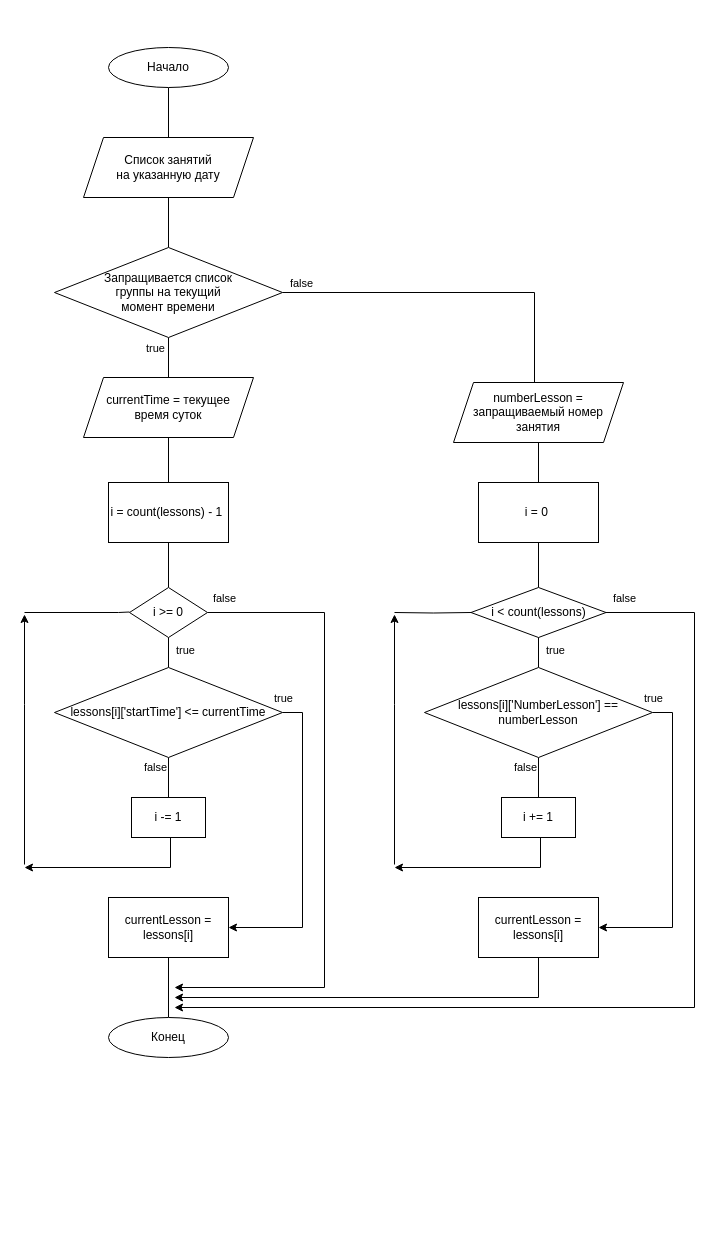
Earlier version of the draw.io diagram page "поиск пары" (2 of 3) of ВКР/drawio/алгоритмы.drawio (kuskas112/Labs). Source tidied: cells renumbered, new cells numbered last; positions are measured from the earlier drawing's top-left corner, leaving out a move shared by most shapes. Both pictures are drawn from the tidied source at 100%, with x=0, y=0 at pixel (24, 47).
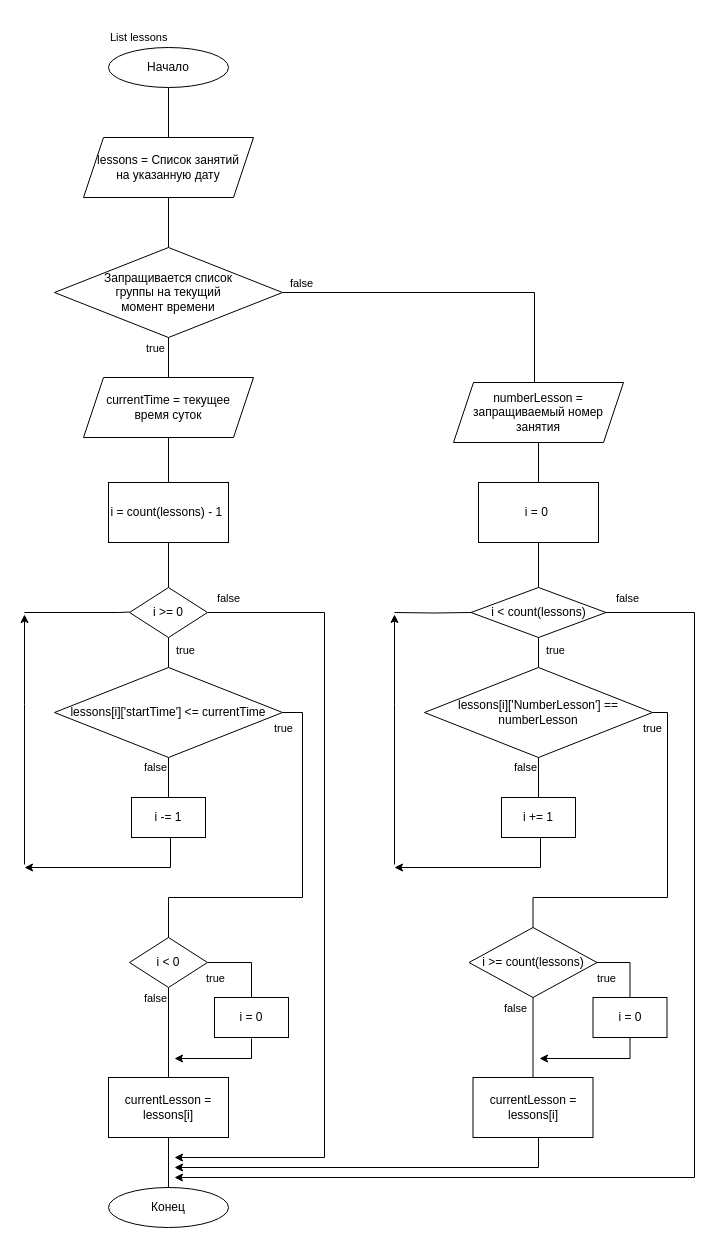
The same diagram, later.

Unchanged cells that the change refers to:
```xml
<mxCell id="21" value="i &amp;gt;= 0" style="rhombus;whiteSpace=wrap;html=1;" parent="1" vertex="1">
  <mxGeometry x="105" y="540" width="78" height="50" as="geometry" />
</mxCell>
<mxCell id="27" value="lessons[i]['startTime'] &amp;lt;= currentTime" style="rhombus;whiteSpace=wrap;html=1;" parent="1" vertex="1">
  <mxGeometry x="30" y="620" width="228" height="90" as="geometry" />
</mxCell>
<mxCell id="40" value="i &amp;lt; count(lessons)" style="rhombus;whiteSpace=wrap;html=1;" parent="1" vertex="1">
  <mxGeometry x="446.5" y="540" width="135" height="50" as="geometry" />
</mxCell>
<mxCell id="45" value="lessons[i]['NumberLesson'] == numberLesson" style="rhombus;whiteSpace=wrap;html=1;" parent="1" vertex="1">
  <mxGeometry x="400" y="620" width="228" height="90" as="geometry" />
</mxCell>
```

Diff of the diagram source:
```diff
@@
-    <mxCell id="5" value="Список занятий &lt;br&gt;на указанную дату" style="shape=parallelogram;perimeter=parallelogramPerimeter;whiteSpace=wrap;html=1;fixedSize=1;" parent="1" vertex="1">
+    <mxCell id="5" value="lessons = Список занятий &lt;br&gt;на указанную дату" style="shape=parallelogram;perimeter=parallelogramPerimeter;whiteSpace=wrap;html=1;fixedSize=1;" parent="1" vertex="1">
       <mxGeometry x="59" y="90" width="170" height="60" as="geometry" />
     </mxCell>
@@
-    <mxCell id="9" style="edgeStyle=orthogonalEdgeStyle;rounded=0;jettySize=auto;html=1;strokeColor=default;align=center;verticalAlign=middle;fontFamily=Helvetica;fontSize=11;fontColor=default;labelBackgroundColor=default;endArrow=classic;endFill=1;exitX=1;exitY=0.5;exitDx=0;exitDy=0;" parent="1" edge="1" source="27" target="12">
+    <mxCell id="9" style="edgeStyle=orthogonalEdgeStyle;rounded=0;jettySize=auto;html=1;strokeColor=default;align=center;verticalAlign=middle;fontFamily=Helvetica;fontSize=11;fontColor=default;labelBackgroundColor=default;endArrow=none;endFill=0;exitX=1;exitY=0.5;exitDx=0;exitDy=0;entryX=0.5;entryY=0;entryDx=0;entryDy=0;" parent="1" edge="1" source="27" target="56">
       <mxGeometry relative="1" as="geometry">
         <Array as="points">
           <mxPoint x="278" y="665" />
-          <mxPoint x="278" y="880" />
+          <mxPoint x="278" y="850" />
+          <mxPoint x="144" y="850" />
         </Array>
       </mxGeometry>
     </mxCell>
     <mxCell id="10" value="true" style="edgeLabel;html=1;align=center;verticalAlign=middle;fontFamily=Helvetica;fontSize=11;fontColor=default;labelBackgroundColor=default;" parent="9" vertex="1">
       <mxGeometry x="0.24" y="2" relative="1" as="geometry">
-        <mxPoint x="-22" y="-187" as="offset" />
+        <mxPoint x="10" y="-172" as="offset" />
       </mxGeometry>
     </mxCell>
@@
     <mxCell id="12" value="currentLesson = lessons[i]" style="rounded=0;whiteSpace=wrap;html=1;" parent="1" vertex="1">
-      <mxGeometry x="84" y="850" width="120" height="60" as="geometry" />
+      <mxGeometry x="84" y="1030" width="120" height="60" as="geometry" />
     </mxCell>
@@
     <mxCell id="18" value="Конец" style="ellipse;whiteSpace=wrap;html=1;" parent="1" vertex="1">
-      <mxGeometry x="84" y="970" width="120" height="40" as="geometry" />
+      <mxGeometry x="84" y="1140" width="120" height="40" as="geometry" />
     </mxCell>
     <mxCell id="19" style="edgeStyle=orthogonalEdgeStyle;rounded=0;jettySize=auto;html=1;strokeColor=default;align=center;verticalAlign=middle;fontFamily=Helvetica;fontSize=11;fontColor=default;labelBackgroundColor=default;endArrow=classic;endFill=1;" parent="1" edge="1" source="21">
       <mxGeometry relative="1" as="geometry">
-        <mxPoint x="150" y="940" as="targetPoint" />
+        <mxPoint x="150" y="1110" as="targetPoint" />
         <Array as="points">
           <mxPoint x="300" y="565" />
-          <mxPoint x="300" y="940" />
+          <mxPoint x="300" y="1110" />
         </Array>
       </mxGeometry>
     </mxCell>
@@
-    <mxCell id="34" style="edgeStyle=orthogonalEdgeStyle;rounded=0;jettySize=auto;html=1;strokeColor=default;align=center;verticalAlign=middle;fontFamily=Helvetica;fontSize=11;fontColor=default;labelBackgroundColor=default;endArrow=classic;endFill=1;exitX=1;exitY=0.5;exitDx=0;exitDy=0;" parent="1" edge="1" source="45" target="37">
-      <mxGeometry relative="1" as="geometry">
-        <Array as="points">
-          <mxPoint x="648" y="665" />
-          <mxPoint x="648" y="880" />
-        </Array>
-      </mxGeometry>
-    </mxCell>
-    <mxCell id="35" value="true" style="edgeLabel;html=1;align=center;verticalAlign=middle;fontFamily=Helvetica;fontSize=11;fontColor=default;labelBackgroundColor=default;" parent="34" vertex="1">
-      <mxGeometry x="0.24" y="2" relative="1" as="geometry">
-        <mxPoint x="-22" y="-187" as="offset" />
-      </mxGeometry>
-    </mxCell>
     <mxCell id="36" style="edgeStyle=orthogonalEdgeStyle;rounded=0;jettySize=auto;html=1;strokeColor=default;align=center;verticalAlign=middle;fontFamily=Helvetica;fontSize=11;fontColor=default;labelBackgroundColor=default;endArrow=classic;endFill=1;" parent="1" edge="1" source="37">
       <mxGeometry relative="1" as="geometry">
-        <mxPoint x="150" y="950" as="targetPoint" />
+        <mxPoint x="150" y="1120" as="targetPoint" />
         <Array as="points">
-          <mxPoint x="514" y="950" />
-          <mxPoint x="151" y="950" />
+          <mxPoint x="514" y="1120" />
         </Array>
       </mxGeometry>
     </mxCell>
     <mxCell id="37" value="currentLesson = lessons[i]" style="rounded=0;whiteSpace=wrap;html=1;" parent="1" vertex="1">
-      <mxGeometry x="454" y="850" width="120" height="60" as="geometry" />
+      <mxGeometry x="448.5" y="1030" width="120" height="60" as="geometry" />
     </mxCell>
     <mxCell id="38" style="edgeStyle=orthogonalEdgeStyle;rounded=0;jettySize=auto;html=1;exitX=1;exitY=0.5;exitDx=0;exitDy=0;strokeColor=default;align=center;verticalAlign=middle;fontFamily=Helvetica;fontSize=11;fontColor=default;labelBackgroundColor=default;endArrow=classic;endFill=1;" parent="1" edge="1" source="40">
       <mxGeometry relative="1" as="geometry">
-        <mxPoint x="150" y="960" as="targetPoint" />
+        <mxPoint x="150" y="1130" as="targetPoint" />
         <Array as="points">
           <mxPoint x="670" y="565" />
-          <mxPoint x="670" y="960" />
+          <mxPoint x="670" y="1130" />
         </Array>
       </mxGeometry>
     </mxCell>
@@
+    <mxCell id="52" style="edgeStyle=orthogonalEdgeStyle;rounded=0;jettySize=auto;html=1;strokeColor=default;align=center;verticalAlign=middle;fontFamily=Helvetica;fontSize=11;fontColor=default;labelBackgroundColor=default;endArrow=none;endFill=0;" parent="1" edge="1" source="56" target="12">
+      <mxGeometry relative="1" as="geometry" />
+    </mxCell>
+    <mxCell id="53" value="false" style="edgeLabel;html=1;align=center;verticalAlign=middle;fontFamily=Helvetica;fontSize=11;fontColor=default;labelBackgroundColor=default;" parent="52" vertex="1">
+      <mxGeometry x="-0.51" relative="1" as="geometry">
+        <mxPoint x="-14" y="-12" as="offset" />
+      </mxGeometry>
+    </mxCell>
+    <mxCell id="54" style="edgeStyle=orthogonalEdgeStyle;rounded=0;jettySize=auto;html=1;strokeColor=default;align=center;verticalAlign=middle;fontFamily=Helvetica;fontSize=11;fontColor=default;labelBackgroundColor=default;endArrow=none;endFill=0;" parent="1" edge="1" source="56" target="58">
+      <mxGeometry relative="1" as="geometry" />
+    </mxCell>
+    <mxCell id="55" value="true" style="edgeLabel;html=1;align=center;verticalAlign=middle;fontFamily=Helvetica;fontSize=11;fontColor=default;labelBackgroundColor=default;" parent="54" vertex="1">
+      <mxGeometry x="-0.65" y="2" relative="1" as="geometry">
+        <mxPoint x="-7" y="17" as="offset" />
+      </mxGeometry>
+    </mxCell>
+    <mxCell id="56" value="i &amp;lt; 0" style="rhombus;whiteSpace=wrap;html=1;" parent="1" vertex="1">
+      <mxGeometry x="105" y="890" width="78" height="50" as="geometry" />
+    </mxCell>
+    <mxCell id="57" style="edgeStyle=orthogonalEdgeStyle;rounded=0;orthogonalLoop=1;jettySize=auto;html=1;strokeColor=default;align=center;verticalAlign=middle;fontFamily=Helvetica;fontSize=11;fontColor=default;labelBackgroundColor=default;endArrow=classic;endFill=1;" parent="1" edge="1">
+      <mxGeometry relative="1" as="geometry">
+        <mxPoint x="227" y="991" as="sourcePoint" />
+        <mxPoint x="150" y="1011" as="targetPoint" />
+        <Array as="points">
+          <mxPoint x="227" y="1011" />
+          <mxPoint x="151" y="1011" />
+        </Array>
+      </mxGeometry>
+    </mxCell>
+    <mxCell id="58" value="i = 0" style="whiteSpace=wrap;html=1;" parent="1" vertex="1">
+      <mxGeometry x="190" y="950" width="74" height="40" as="geometry" />
+    </mxCell>
+    <mxCell id="59" style="edgeStyle=orthogonalEdgeStyle;rounded=0;jettySize=auto;html=1;strokeColor=default;align=center;verticalAlign=middle;fontFamily=Helvetica;fontSize=11;fontColor=default;labelBackgroundColor=default;endArrow=none;endFill=0;entryX=0.5;entryY=0;entryDx=0;entryDy=0;" parent="1" edge="1" source="45" target="65">
+      <mxGeometry relative="1" as="geometry">
+        <Array as="points">
+          <mxPoint x="643" y="665" />
+          <mxPoint x="643" y="850" />
+          <mxPoint x="509" y="850" />
+        </Array>
+      </mxGeometry>
+    </mxCell>
+    <mxCell id="60" value="true" style="edgeLabel;html=1;align=center;verticalAlign=middle;fontFamily=Helvetica;fontSize=11;fontColor=default;labelBackgroundColor=default;" parent="59" vertex="1">
+      <mxGeometry x="0.24" y="2" relative="1" as="geometry">
+        <mxPoint x="10" y="-172" as="offset" />
+      </mxGeometry>
+    </mxCell>
+    <mxCell id="61" style="edgeStyle=orthogonalEdgeStyle;rounded=0;jettySize=auto;html=1;strokeColor=default;align=center;verticalAlign=middle;fontFamily=Helvetica;fontSize=11;fontColor=default;labelBackgroundColor=default;endArrow=none;endFill=0;" parent="1" edge="1" source="65" target="37">
+      <mxGeometry relative="1" as="geometry" />
+    </mxCell>
+    <mxCell id="62" value="false" style="edgeLabel;html=1;align=center;verticalAlign=middle;fontFamily=Helvetica;fontSize=11;fontColor=default;labelBackgroundColor=default;" parent="61" vertex="1">
+      <mxGeometry x="-0.7" y="-3" relative="1" as="geometry">
+        <mxPoint x="-15" y="-2" as="offset" />
+      </mxGeometry>
+    </mxCell>
+    <mxCell id="63" style="edgeStyle=orthogonalEdgeStyle;rounded=0;jettySize=auto;html=1;strokeColor=default;align=center;verticalAlign=middle;fontFamily=Helvetica;fontSize=11;fontColor=default;labelBackgroundColor=default;endArrow=none;endFill=0;exitX=1;exitY=0.5;exitDx=0;exitDy=0;" parent="1" edge="1" source="65" target="67">
+      <mxGeometry relative="1" as="geometry" />
+    </mxCell>
+    <mxCell id="64" value="true" style="edgeLabel;html=1;align=center;verticalAlign=middle;fontFamily=Helvetica;fontSize=11;fontColor=default;labelBackgroundColor=default;" parent="63" vertex="1">
+      <mxGeometry x="-0.6" y="-1" relative="1" as="geometry">
+        <mxPoint x="-5" y="14" as="offset" />
+      </mxGeometry>
+    </mxCell>
+    <mxCell id="65" value="i &amp;gt;= count(lessons)" style="rhombus;whiteSpace=wrap;html=1;" parent="1" vertex="1">
+      <mxGeometry x="444.5" y="880" width="128" height="70" as="geometry" />
+    </mxCell>
+    <mxCell id="66" style="edgeStyle=orthogonalEdgeStyle;rounded=0;jettySize=auto;html=1;strokeColor=default;align=center;verticalAlign=middle;fontFamily=Helvetica;fontSize=11;fontColor=default;labelBackgroundColor=default;endArrow=classic;endFill=1;exitX=0.5;exitY=1;exitDx=0;exitDy=0;" parent="1" edge="1" source="67">
+      <mxGeometry relative="1" as="geometry">
+        <mxPoint x="515" y="1011" as="targetPoint" />
+        <Array as="points">
+          <mxPoint x="606" y="1011" />
+        </Array>
+      </mxGeometry>
+    </mxCell>
+    <mxCell id="67" value="i = 0" style="whiteSpace=wrap;html=1;" parent="1" vertex="1">
+      <mxGeometry x="568.5" y="950" width="74" height="40" as="geometry" />
+    </mxCell>
+    <mxCell id="68" value="List lessons" style="text;html=1;align=left;verticalAlign=middle;whiteSpace=wrap;rounded=0;fontFamily=Helvetica;fontSize=11;fontColor=default;labelBackgroundColor=none;" parent="1" vertex="1">
+      <mxGeometry x="84" y="-30" width="210" height="40" as="geometry" />
+    </mxCell>
```
